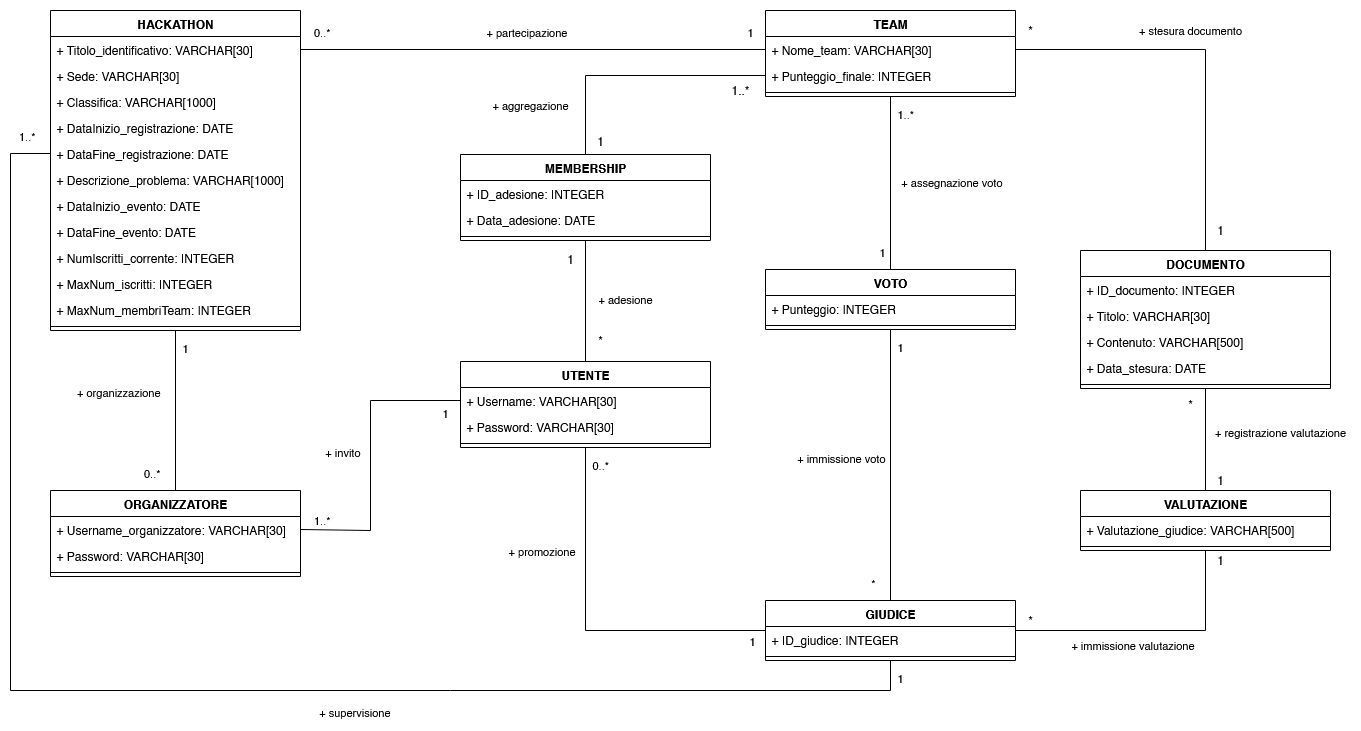
Above: Documentazione/Immagini/Hackathon_UMLRistrutturato.png in RyoSpikes/ProgettoBasiDati2025 (draw.io), before the change. Source tidied: cells renumbered, new cells last; positions are measured from the earlier drawing's top-left corner, leaving out a move shared by most shapes.
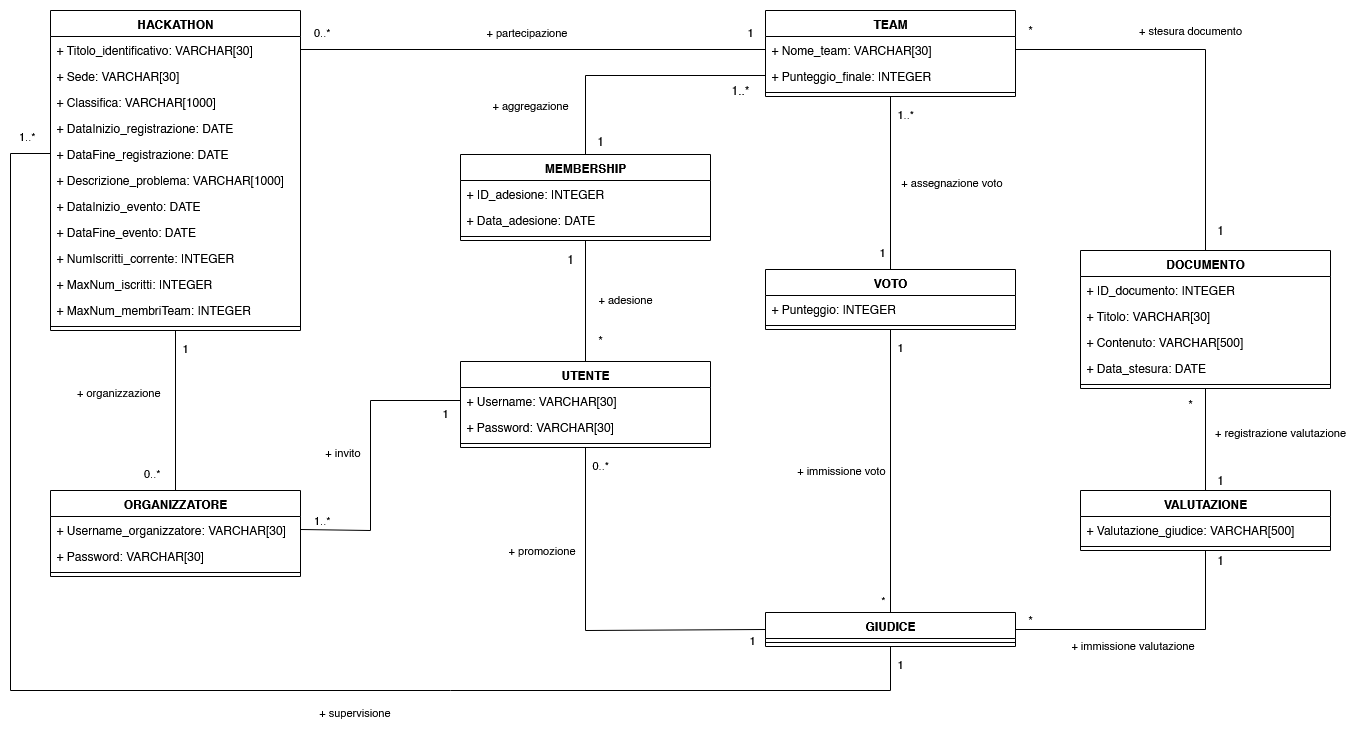
The same file after the commit.

What changed in the source:
```diff
@@ -84,13 +84,10 @@
       <mxGeometry relative="1" as="geometry" />
     </mxCell>
     <mxCell id="29" value="GIUDICE" style="swimlane;fontStyle=1;align=center;verticalAlign=top;horizontal=1;startSize=26;whiteSpace=wrap;html=1;" parent="1" vertex="1">
-      <mxGeometry x="755" y="590" width="250" height="60" as="geometry" />
+      <mxGeometry x="755" y="602" width="250" height="34" as="geometry" />
     </mxCell>
-    <mxCell id="30" value="+ ID_giudice: INTEGER" style="text;strokeColor=none;fillColor=none;align=left;verticalAlign=top;spacingLeft=4;spacingRight=4;overflow=hidden;whiteSpace=wrap;html=1;" parent="29" vertex="1">
-      <mxGeometry y="26" width="250" height="26" as="geometry" />
-    </mxCell>
     <mxCell id="31" style="line;strokeWidth=1;fillColor=none;align=left;verticalAlign=middle;spacingTop=-1;spacingLeft=3;spacingRight=3;labelPosition=right;strokeColor=inherit;" parent="29" vertex="1">
-      <mxGeometry y="52" width="250" height="8" as="geometry" />
+      <mxGeometry y="26" width="250" height="8" as="geometry" />
     </mxCell>
     <mxCell id="32" style="edgeStyle=orthogonalEdgeStyle;rounded=0;jettySize=auto;html=1;exitX=0.5;exitY=0;exitDx=0;exitDy=0;entryX=1;entryY=0.5;entryDx=0;entryDy=0;endArrow=none;endFill=0;" parent="1" edge="1" source="33" target="16">
       <mxGeometry relative="1" as="geometry" />
@@ -207,7 +204,7 @@
     </mxCell>
     <mxCell id="60" value="*" style="edgeLabel;html=1;align=right;verticalAlign=bottom;" parent="58" vertex="1">
       <mxGeometry x="1" relative="1" as="geometry">
-        <mxPoint x="-15" y="-9" as="offset" />
+        <mxPoint x="-5" y="-4" as="offset" />
       </mxGeometry>
     </mxCell>
     <mxCell id="61" value="&lt;div&gt;+ immissione voto&lt;/div&gt;" style="edgeLabel;html=1;align=right;verticalAlign=bottom;" parent="58" vertex="1">
```
